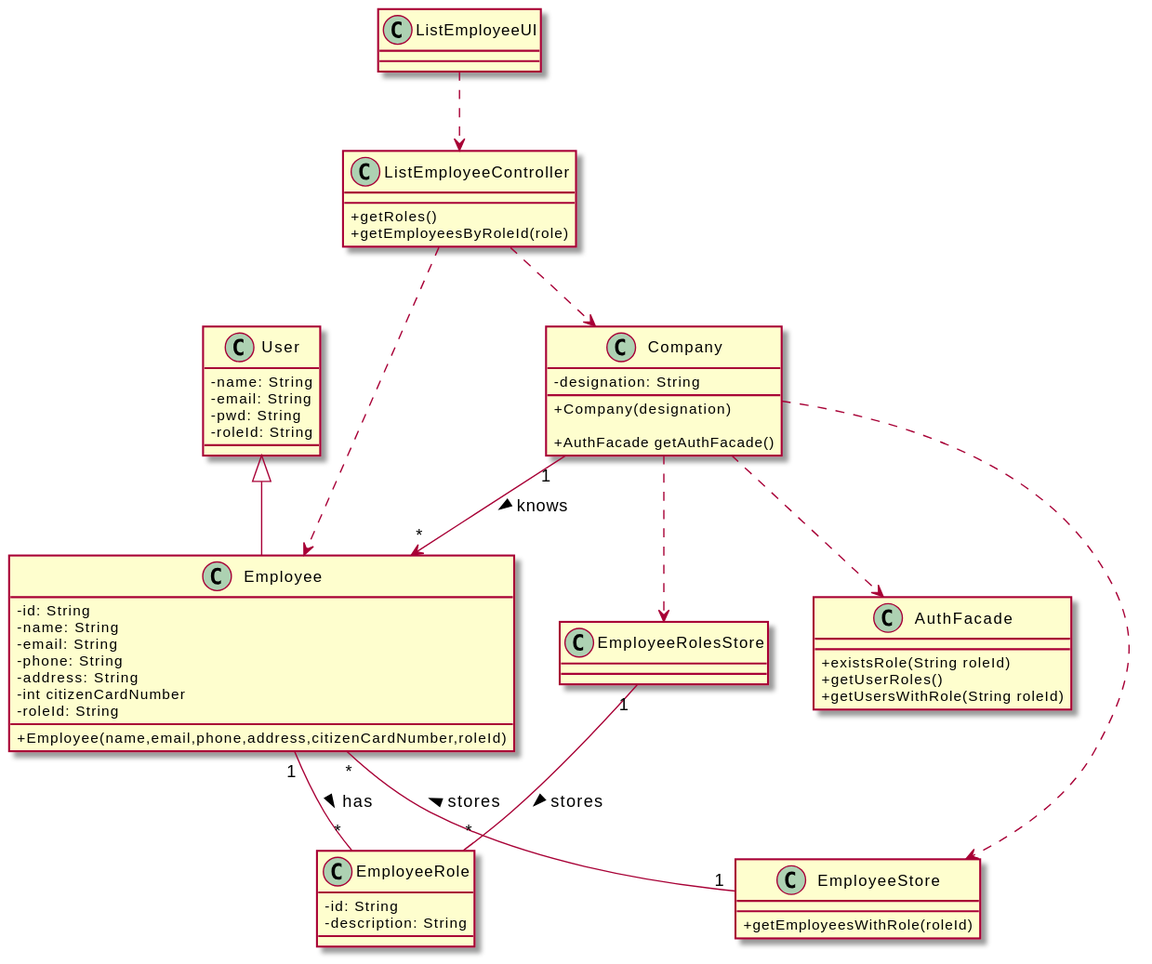
This is docs/SprintB/US11/CD/US11_CD.svg from miseEnPlace-i/lapr2, a PlantUML export, as it was before one commit.
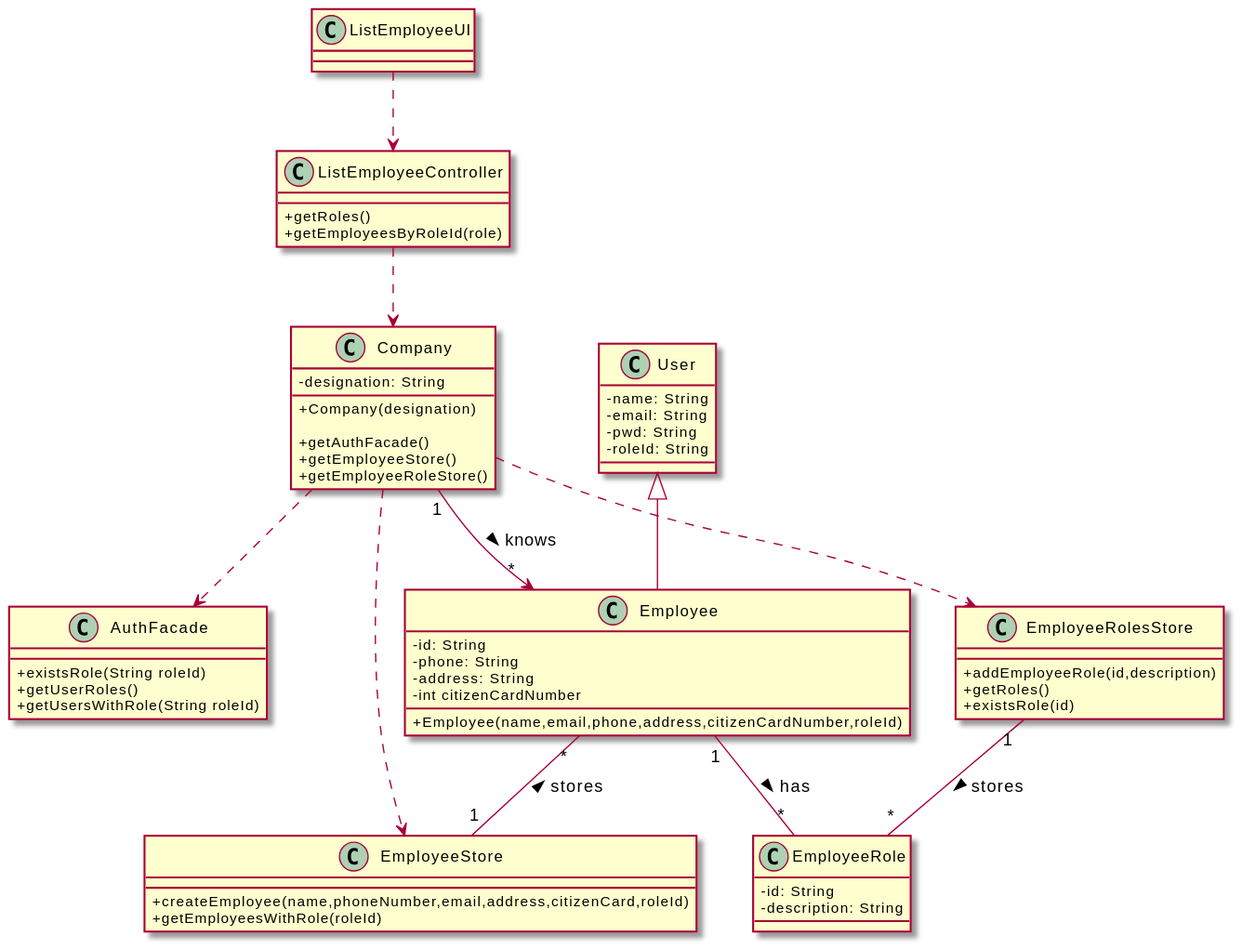
After the change.

Commit message:
fix(US11): fixed user - employee relation

The edit, as a diff of the source:
```diff
@@ -10,12 +10,9 @@
 
 class Employee {
   -id: String
-  -name: String
-  -email: String
   -phone: String
   -address: String
   -int citizenCardNumber
-  -roleId: String
 
   +Employee(name,email,phone,address,citizenCardNumber,roleId)
 }
@@ -24,7 +21,9 @@
   -designation: String
   +Company(designation)
 
-  + AuthFacade getAuthFacade()
+  +getAuthFacade()
+  +getEmployeeStore()
+  +getEmployeeRoleStore()
 }
 
 class AuthFacade {
@@ -34,6 +33,7 @@
 }
 
 class EmployeeStore {
+  +createEmployee(name,phoneNumber,email,address,citizenCard,roleId)
   +getEmployeesWithRole(roleId)
 }
 
@@ -49,8 +49,13 @@
 
 class ListEmployeeUI {}
 
+class EmployeeRolesStore {
+  +addEmployeeRole(id,description)
+  +getRoles()
+  +existsRole(id)
+}
+
 ListEmployeeUI ..> ListEmployeeController
-ListEmployeeController ..> Employee
 ListEmployeeController ..> Company
 
 Company ..> AuthFacade
```
